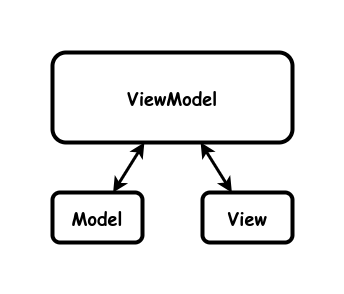
The draw.io diagram images/model-view-viewmodel.drawio.png in garfix/architectural-patterns, before a commit. Source tidied: cells renumbered, new cells last; positions are measured from the earlier drawing's top-left corner, leaving out a move shared by most shapes. The source it was exported from:
```xml
<mxGraphModel>
  <root>
    <mxCell id="0" />
    <mxCell id="1" parent="0" />
    <mxCell id="2" value="&lt;b style=&quot;font-size: 18px;&quot;&gt;Model&lt;br&gt;&lt;/b&gt;" style="rounded=1;whiteSpace=wrap;html=1;strokeWidth=4;fontFamily=Comic Sans MS;fontSize=18;" parent="1" vertex="1">
      <mxGeometry y="140" width="90" height="50" as="geometry" />
    </mxCell>
    <mxCell id="3" value="&lt;b style=&quot;font-size: 18px;&quot;&gt;View&lt;br&gt;&lt;/b&gt;" style="rounded=1;whiteSpace=wrap;html=1;strokeWidth=4;fontFamily=Comic Sans MS;fontSize=18;" parent="1" vertex="1">
      <mxGeometry x="150" y="140" width="90" height="50" as="geometry" />
    </mxCell>
    <mxCell id="4" style="endArrow=classic;startArrow=classic;html=1;rounded=0;strokeWidth=3;endFill=1;" parent="1" edge="1" source="5" target="3">
      <mxGeometry relative="1" as="geometry" />
    </mxCell>
    <mxCell id="5" value="&lt;b style=&quot;font-size: 18px;&quot;&gt;ViewModel&lt;br&gt;&lt;/b&gt;" style="rounded=1;whiteSpace=wrap;html=1;strokeWidth=4;fontFamily=Comic Sans MS;fontSize=18;" parent="1" vertex="1">
      <mxGeometry width="240" height="90" as="geometry" />
    </mxCell>
    <mxCell id="6" style="endArrow=classic;startArrow=classic;html=1;rounded=0;strokeWidth=3;endFill=1;" parent="1" edge="1" source="2" target="5">
      <mxGeometry relative="1" as="geometry" />
    </mxCell>
  </root>
</mxGraphModel>
```
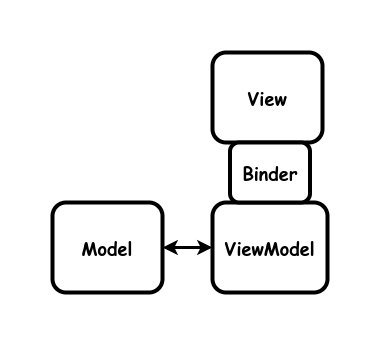
The same file after the commit.

Change to the diagram source:
```diff
@@ -3,19 +3,19 @@
     <mxCell id="0" />
     <mxCell id="1" parent="0" />
     <mxCell id="2" value="&lt;b style=&quot;font-size: 18px;&quot;&gt;Model&lt;br&gt;&lt;/b&gt;" style="rounded=1;whiteSpace=wrap;html=1;strokeWidth=4;fontFamily=Comic Sans MS;fontSize=18;" parent="1" vertex="1">
-      <mxGeometry y="140" width="90" height="50" as="geometry" />
+      <mxGeometry x="30" y="60" width="110" height="90" as="geometry" />
     </mxCell>
     <mxCell id="3" value="&lt;b style=&quot;font-size: 18px;&quot;&gt;View&lt;br&gt;&lt;/b&gt;" style="rounded=1;whiteSpace=wrap;html=1;strokeWidth=4;fontFamily=Comic Sans MS;fontSize=18;" parent="1" vertex="1">
-      <mxGeometry x="150" y="140" width="90" height="50" as="geometry" />
+      <mxGeometry x="190" y="-90" width="110" height="90" as="geometry" />
     </mxCell>
-    <mxCell id="4" style="endArrow=classic;startArrow=classic;html=1;rounded=0;strokeWidth=3;endFill=1;" parent="1" edge="1" source="5" target="3">
+    <mxCell id="4" style="endArrow=classic;startArrow=classic;html=1;rounded=0;strokeWidth=3;endFill=1;" parent="1" edge="1" source="5" target="2">
       <mxGeometry relative="1" as="geometry" />
     </mxCell>
     <mxCell id="5" value="&lt;b style=&quot;font-size: 18px;&quot;&gt;ViewModel&lt;br&gt;&lt;/b&gt;" style="rounded=1;whiteSpace=wrap;html=1;strokeWidth=4;fontFamily=Comic Sans MS;fontSize=18;" parent="1" vertex="1">
-      <mxGeometry width="240" height="90" as="geometry" />
+      <mxGeometry x="190" y="60" width="115" height="90" as="geometry" />
     </mxCell>
-    <mxCell id="6" style="endArrow=classic;startArrow=classic;html=1;rounded=0;strokeWidth=3;endFill=1;" parent="1" edge="1" source="2" target="5">
-      <mxGeometry relative="1" as="geometry" />
-    </mxCell>
+    <mxCell id="7" value="&lt;b style=&quot;font-size: 18px;&quot;&gt;Binder&lt;br&gt;&lt;/b&gt;" style="rounded=1;whiteSpace=wrap;html=1;strokeWidth=4;fontFamily=Comic Sans MS;fontSize=18;" parent="1" vertex="1">
+      <mxGeometry x="207.5" width="80" height="60" as="geometry" />
+    </mxCell>
   </root>
 </mxGraphModel>
```
